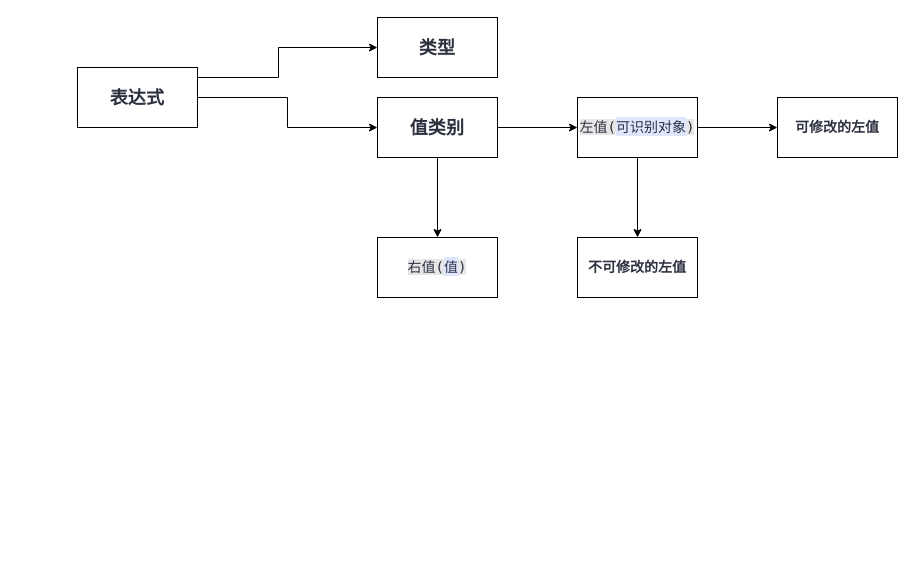
Earlier version of the draw.io diagram C++学习笔记.drawio (hoyeziyu/Hello_World). Source tidied: cells renumbered, new cells numbered last; positions are measured from the earlier drawing's top-left corner, leaving out a move shared by most shapes. Both pictures are drawn from the tidied source at 100%, with x=0, y=0 at pixel (77, 17).
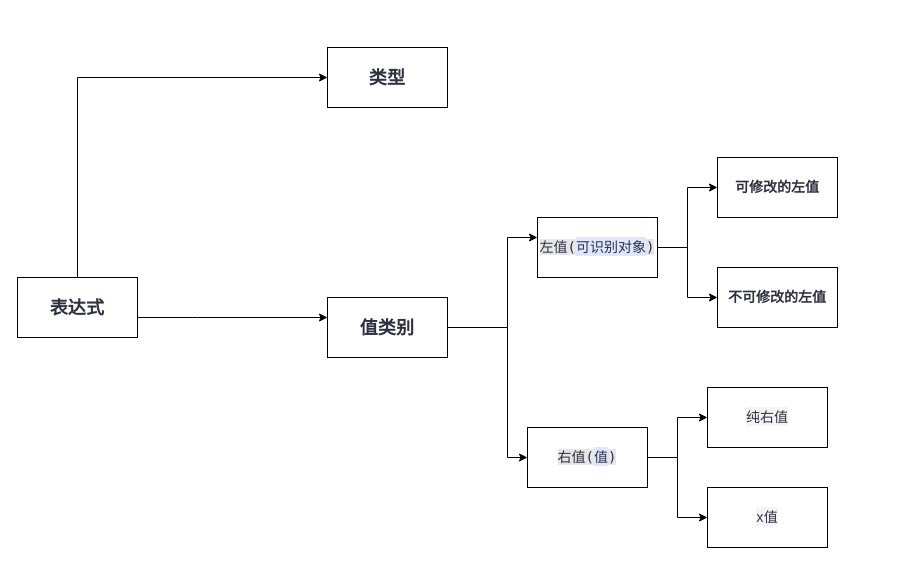
Above is the later version.

Commit message (it also covers changes not shown here):
更新C++学习笔记.drawio

The edit, as a diff of the source:
```diff
@@
     <mxCell id="2" style="edgeStyle=orthogonalEdgeStyle;rounded=0;jettySize=auto;html=1;" parent="1" edge="1" source="4" target="5">
       <mxGeometry relative="1" as="geometry">
         <Array as="points">
-          <mxPoint x="201" y="60" />
-          <mxPoint x="201" y="30" />
+          <mxPoint y="60" />
         </Array>
       </mxGeometry>
     </mxCell>
     <mxCell id="3" style="edgeStyle=orthogonalEdgeStyle;rounded=0;jettySize=auto;html=1;" parent="1" edge="1" source="4" target="8">
-      <mxGeometry relative="1" as="geometry" />
+      <mxGeometry relative="1" as="geometry">
+        <Array as="points">
+          <mxPoint x="120" y="300" />
+          <mxPoint x="120" y="300" />
+        </Array>
+      </mxGeometry>
     </mxCell>
     <mxCell id="4" value="&lt;span style=&quot;color: rgb(45, 49, 64); font-family: &amp;quot;Open Sans&amp;quot;; font-size: 18px; font-weight: 700; letter-spacing: 0.25px; text-align: start; background-color: rgb(255, 255, 255);&quot;&gt;表达式&lt;/span&gt;" style="rounded=0;whiteSpace=wrap;html=1;" parent="1" vertex="1">
-      <mxGeometry y="50" width="120" height="60" as="geometry" />
+      <mxGeometry x="-60" y="260" width="120" height="60" as="geometry" />
     </mxCell>
     <mxCell id="5" value="&lt;span style=&quot;color: rgb(45, 49, 64); font-family: &amp;quot;Open Sans&amp;quot;; font-size: 18px; font-weight: 700; letter-spacing: 0.25px; text-align: start; background-color: rgb(255, 255, 255);&quot;&gt;类型&lt;/span&gt;" style="rounded=0;whiteSpace=wrap;html=1;" parent="1" vertex="1">
-      <mxGeometry x="300" width="120" height="60" as="geometry" />
+      <mxGeometry x="250" y="30" width="120" height="60" as="geometry" />
     </mxCell>
     <mxCell id="6" style="edgeStyle=orthogonalEdgeStyle;rounded=0;jettySize=auto;html=1;" parent="1" edge="1" source="8" target="11">
-      <mxGeometry relative="1" as="geometry" />
+      <mxGeometry relative="1" as="geometry">
+        <Array as="points">
+          <mxPoint x="430" y="310" />
+          <mxPoint x="430" y="220" />
+        </Array>
+      </mxGeometry>
     </mxCell>
     <mxCell id="7" style="edgeStyle=orthogonalEdgeStyle;rounded=0;jettySize=auto;html=1;" parent="1" edge="1" source="8" target="12">
-      <mxGeometry relative="1" as="geometry" />
+      <mxGeometry relative="1" as="geometry">
+        <Array as="points">
+          <mxPoint x="430" y="310" />
+          <mxPoint x="430" y="440" />
+        </Array>
+      </mxGeometry>
     </mxCell>
     <mxCell id="8" value="&lt;span style=&quot;color: rgb(45, 49, 64); font-family: &amp;quot;Open Sans&amp;quot;; font-size: 18px; font-weight: 700; letter-spacing: 0.25px; text-align: start; background-color: rgb(255, 255, 255);&quot;&gt;值类别&lt;/span&gt;" style="rounded=0;whiteSpace=wrap;html=1;" parent="1" vertex="1">
-      <mxGeometry x="300" y="80" width="120" height="60" as="geometry" />
+      <mxGeometry x="250" y="280" width="120" height="60" as="geometry" />
     </mxCell>
@@
     <mxCell id="11" value="&lt;span style=&quot;color: rgb(45, 49, 64); font-family: Monaco, Consolas, &amp;quot;Andale Mono&amp;quot;, &amp;quot;DejaVu Sans Mono&amp;quot;, monospace; font-size: 14px; text-align: start; background-color: rgb(230, 230, 230);&quot;&gt;左值(&lt;/span&gt;&lt;span style=&quot;color: rgb(45, 49, 64); font-family: &amp;quot;Open Sans&amp;quot;; font-size: 14px; text-align: start; background-color: rgb(223, 231, 255);&quot;&gt;可识别对象&lt;/span&gt;&lt;span style=&quot;color: rgb(45, 49, 64); font-family: Monaco, Consolas, &amp;quot;Andale Mono&amp;quot;, &amp;quot;DejaVu Sans Mono&amp;quot;, monospace; font-size: 14px; text-align: start; background-color: rgb(230, 230, 230);&quot;&gt;)&lt;/span&gt;" style="rounded=0;whiteSpace=wrap;html=1;" parent="1" vertex="1">
-      <mxGeometry x="500" y="80" width="120" height="60" as="geometry" />
+      <mxGeometry x="460" y="200" width="120" height="60" as="geometry" />
     </mxCell>
+    <mxCell id="15" style="edgeStyle=orthogonalEdgeStyle;rounded=0;jettySize=auto;html=1;" parent="1" edge="1" source="12" target="17">
+      <mxGeometry relative="1" as="geometry" />
+    </mxCell>
+    <mxCell id="16" style="edgeStyle=orthogonalEdgeStyle;rounded=0;jettySize=auto;html=1;" parent="1" edge="1" source="12" target="18">
+      <mxGeometry relative="1" as="geometry" />
+    </mxCell>
     <mxCell id="12" value="&lt;span style=&quot;color: rgb(45, 49, 64); font-family: Monaco, Consolas, &amp;quot;Andale Mono&amp;quot;, &amp;quot;DejaVu Sans Mono&amp;quot;, monospace; font-size: 14px; text-align: start; background-color: rgb(230, 230, 230);&quot;&gt;右值(&lt;/span&gt;&lt;span style=&quot;color: rgb(45, 49, 64); font-family: &amp;quot;Open Sans&amp;quot;; font-size: 14px; text-align: start; background-color: rgb(223, 231, 255);&quot;&gt;值&lt;/span&gt;&lt;span style=&quot;color: rgb(45, 49, 64); font-family: Monaco, Consolas, &amp;quot;Andale Mono&amp;quot;, &amp;quot;DejaVu Sans Mono&amp;quot;, monospace; font-size: 14px; text-align: start; background-color: rgb(230, 230, 230);&quot;&gt;)&lt;/span&gt;" style="rounded=0;whiteSpace=wrap;html=1;" parent="1" vertex="1">
-      <mxGeometry x="300" y="220" width="120" height="60" as="geometry" />
+      <mxGeometry x="450" y="410" width="120" height="60" as="geometry" />
     </mxCell>
     <mxCell id="13" value="&lt;strong style=&quot;box-sizing: inherit; margin: 0px; padding: 0px; border: 0px; font-variant-numeric: inherit; font-variant-east-asian: inherit; font-variant-alternates: inherit; font-variant-position: inherit; font-stretch: inherit; font-size: 14px; line-height: inherit; font-family: &amp;quot;Open Sans&amp;quot;; font-optical-sizing: inherit; font-size-adjust: inherit; font-kerning: inherit; font-feature-settings: inherit; font-variation-settings: inherit; color: rgb(45, 49, 64); text-align: start; background-color: rgb(255, 255, 255);&quot;&gt;可修改的左值&lt;/strong&gt;" style="rounded=0;whiteSpace=wrap;html=1;" parent="1" vertex="1">
-      <mxGeometry x="700" y="80" width="120" height="60" as="geometry" />
+      <mxGeometry x="640" y="140" width="120" height="60" as="geometry" />
     </mxCell>
     <mxCell id="14" value="&lt;strong style=&quot;box-sizing: inherit; margin: 0px; padding: 0px; border: 0px; font-variant-numeric: inherit; font-variant-east-asian: inherit; font-variant-alternates: inherit; font-variant-position: inherit; font-stretch: inherit; font-size: 14px; line-height: inherit; font-family: &amp;quot;Open Sans&amp;quot;; font-optical-sizing: inherit; font-size-adjust: inherit; font-kerning: inherit; font-feature-settings: inherit; font-variation-settings: inherit; color: rgb(45, 49, 64); text-align: start; background-color: rgb(255, 255, 255);&quot;&gt;不可修改的左值&lt;/strong&gt;" style="rounded=0;whiteSpace=wrap;html=1;" parent="1" vertex="1">
-      <mxGeometry x="500" y="220" width="120" height="60" as="geometry" />
+      <mxGeometry x="640" y="250" width="120" height="60" as="geometry" />
     </mxCell>
+    <mxCell id="17" value="&lt;span style=&quot;color: rgb(45, 49, 64); font-family: &amp;quot;Open Sans&amp;quot;; font-size: 14px; text-align: start; background-color: rgb(244, 244, 244);&quot;&gt;纯右值&lt;/span&gt;" style="rounded=0;whiteSpace=wrap;html=1;" parent="1" vertex="1">
+      <mxGeometry x="630" y="370" width="120" height="60" as="geometry" />
+    </mxCell>
+    <mxCell id="18" value="&lt;span style=&quot;color: rgb(45, 49, 64); font-family: &amp;quot;Open Sans&amp;quot;; font-size: 14px; text-align: start; background-color: rgb(244, 244, 244);&quot;&gt;x值&lt;/span&gt;" style="rounded=0;whiteSpace=wrap;html=1;" parent="1" vertex="1">
+      <mxGeometry x="630" y="470" width="120" height="60" as="geometry" />
+    </mxCell>
```
